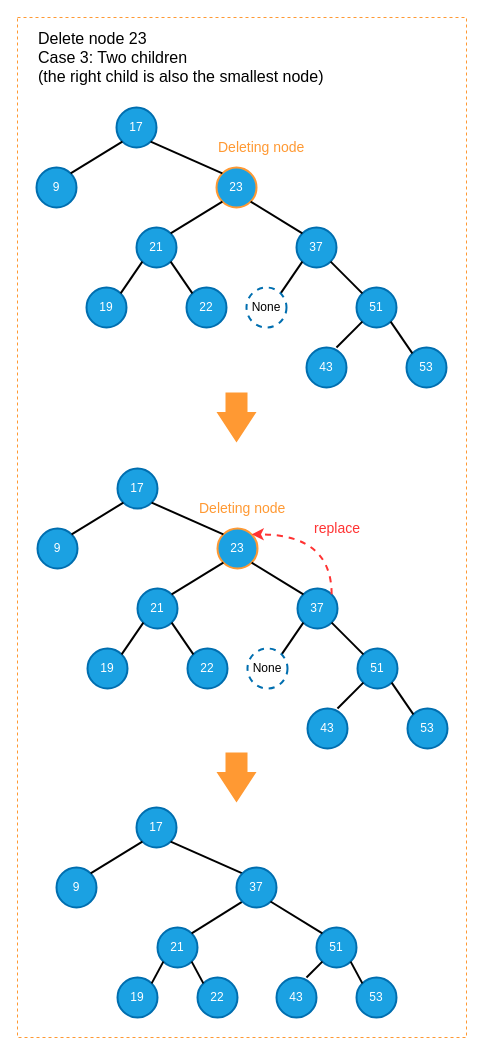
This is page "two_children_t_1" (4 of 10) of diagrams/bst_delete.drawio from shunsvineyard/pyforest, a draw.io file, before an edit. Source tidied: cells renumbered, new cells numbered last; positions are measured from the earlier drawing's top-left corner, leaving out a move shared by most shapes. Both pictures are drawn from the tidied source at 100%, with x=0, y=0 at pixel (17, 17).
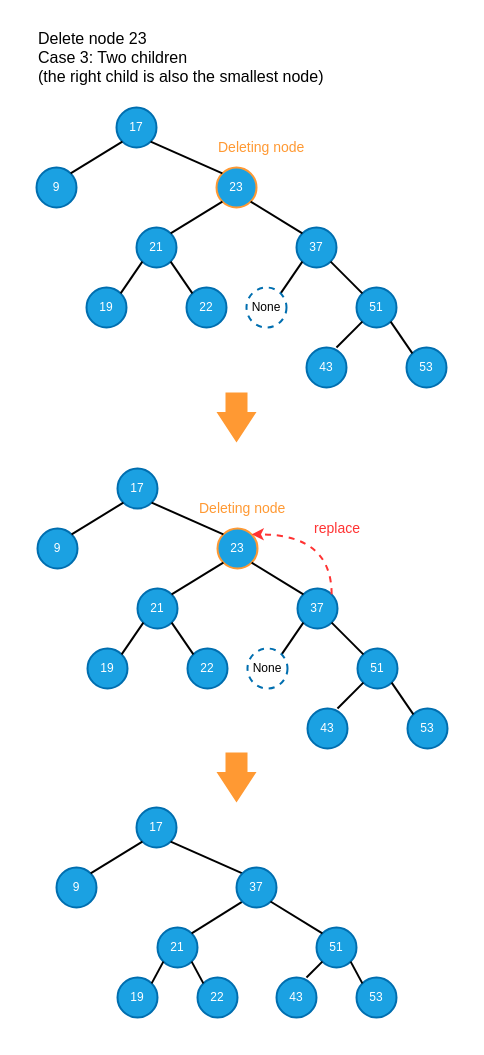
After the change.

The edit, as a diff of the source:
```diff
@@
-    <mxCell id="2" style="rounded=0;whiteSpace=wrap;html=1;dashed=1;strokeColor=#FF9933;fillColor=#ffffff;" parent="1" vertex="1">
+    <mxCell id="2" style="rounded=0;whiteSpace=wrap;html=1;dashed=1;strokeColor=none;fillColor=#ffffff;" parent="1" vertex="1">
       <mxGeometry width="449" height="1020" as="geometry" />
     </mxCell>
```
